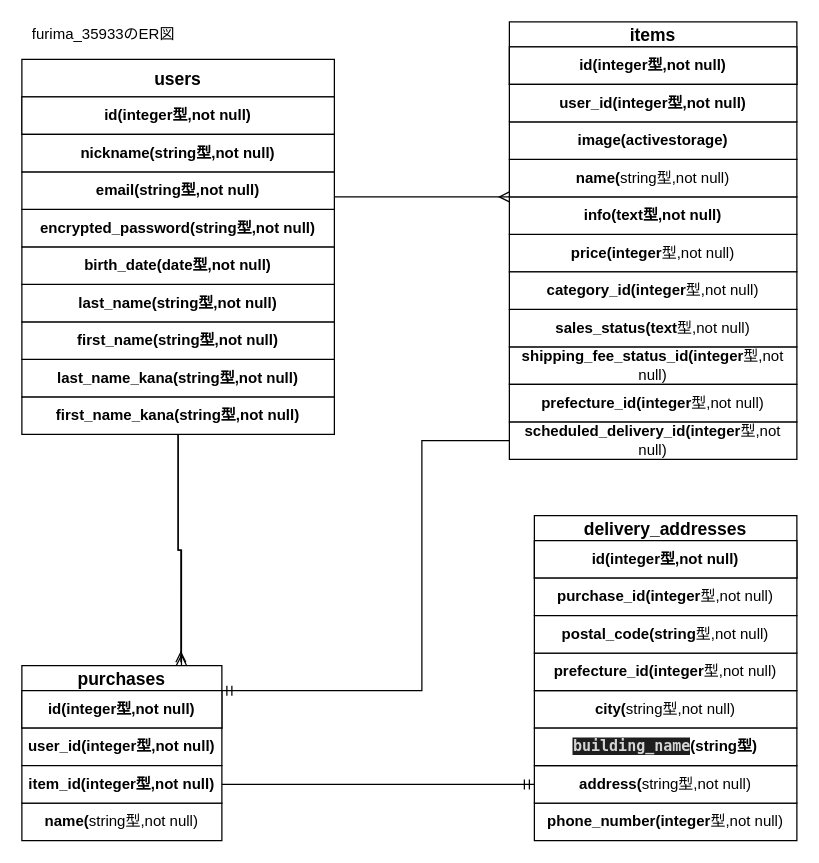
The draw.io diagram test.dio in tubuyakisyun/furima-35933, before the edit. Source tidied: cells renumbered, new cells numbered last; positions are measured from the earlier drawing's top-left corner, leaving out a move shared by most shapes. Both pictures are drawn from the tidied source at 125%, with x=0, y=0 at pixel (21, 21).
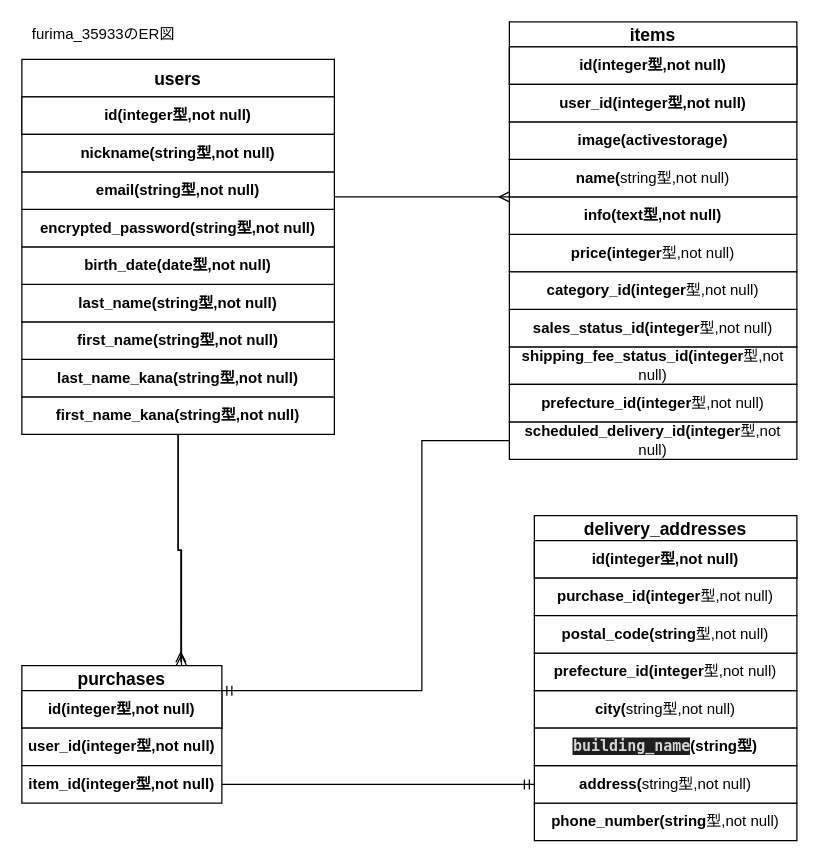
Above is the later version.

Change to the diagram source:
```diff
@@
-    <mxCell id="14" value="sales_status(text&lt;span style=&quot;font-weight: 400&quot;&gt;型,not null)&lt;/span&gt;" style="whiteSpace=wrap;html=1;rounded=0;shadow=0;align=center;fontStyle=1;" parent="1" vertex="1">
+    <mxCell id="14" value="sales_status_id(integer&lt;span style=&quot;font-weight: 400&quot;&gt;型,not null)&lt;/span&gt;" style="whiteSpace=wrap;html=1;rounded=0;shadow=0;align=center;fontStyle=1;" parent="1" vertex="1">
       <mxGeometry x="390" y="230" width="230" height="30" as="geometry" />
     </mxCell>
@@
-    <mxCell id="26" value="name(&lt;span style=&quot;font-weight: 400&quot;&gt;string型,not null)&lt;/span&gt;" style="whiteSpace=wrap;html=1;rounded=0;shadow=0;align=center;fontStyle=1;" parent="1" vertex="1">
-      <mxGeometry y="625" width="160" height="30" as="geometry" />
-    </mxCell>
@@
-    <mxCell id="35" value="phone_number(integer&lt;span style=&quot;font-weight: 400&quot;&gt;型,not null)&lt;/span&gt;" style="whiteSpace=wrap;html=1;rounded=0;shadow=0;align=center;fontStyle=1;" parent="1" vertex="1">
+    <mxCell id="35" value="phone_number(string&lt;span style=&quot;font-weight: 400&quot;&gt;型,not null)&lt;/span&gt;" style="whiteSpace=wrap;html=1;rounded=0;shadow=0;align=center;fontStyle=1;" parent="1" vertex="1">
       <mxGeometry x="410" y="625" width="210" height="30" as="geometry" />
     </mxCell>
```
